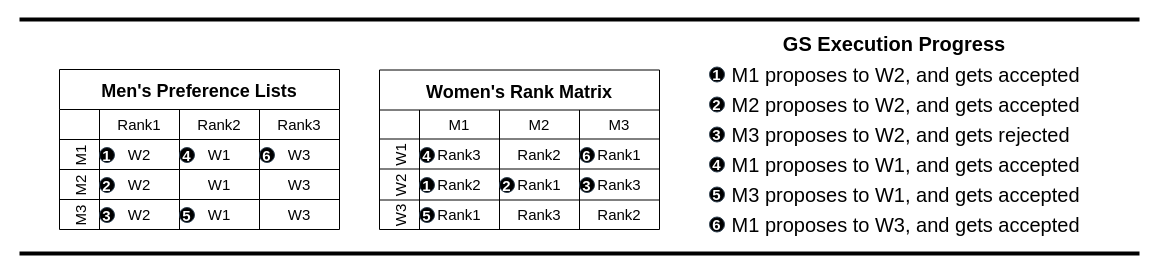
Before: GSExecution.drawio in victorliu-sq/BambooSMP-Figures, a draw.io diagram. Source tidied: cells renumbered, new cells numbered last; positions are measured from the earlier drawing's top-left corner, leaving out a move shared by most shapes. Both pictures are drawn from the tidied source at 100%, with x=0, y=0 at pixel (19, 19).
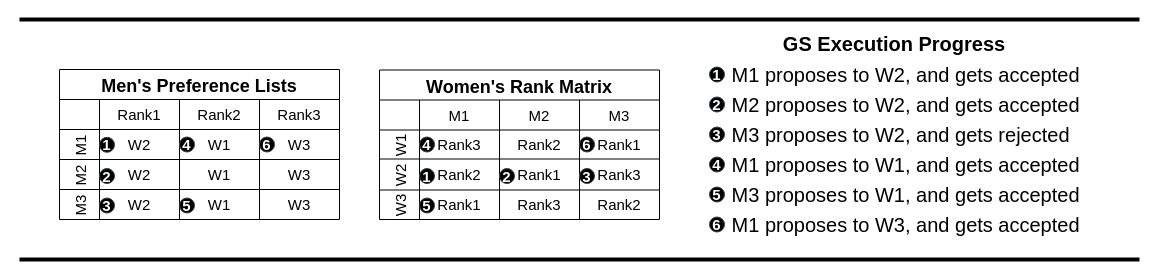
Above is the later version.

Change to the diagram source:
```diff
@@
-    <mxCell id="2" value="Men's Preference Lists" style="shape=table;startSize=40;childLayout=tableLayout;resizeLastRow=0;fontStyle=1;fontSize=18;" parent="1" vertex="1">
-      <mxGeometry x="40" y="50" width="280" height="160" as="geometry" />
+    <mxCell id="2" value="Men's Preference Lists" style="shape=table;startSize=30;childLayout=tableLayout;resizeLastRow=0;fontStyle=1;fontSize=18;" parent="1" vertex="1">
+      <mxGeometry x="40" y="50" width="280" height="150" as="geometry" />
     </mxCell>
     <mxCell id="3" style="shape=tableRow;horizontal=0;startSize=40;swimlaneHead=0;swimlaneBody=0;strokeColor=inherit;top=0;left=0;bottom=0;right=0;fillColor=none;fontSize=15;" parent="2" vertex="1">
-      <mxGeometry y="40" width="280" height="30" as="geometry" />
+      <mxGeometry y="30" width="280" height="30" as="geometry" />
     </mxCell>
@@
     <mxCell id="7" value="M1" style="shape=tableRow;horizontal=0;startSize=40;swimlaneHead=0;swimlaneBody=0;strokeColor=inherit;top=0;left=0;bottom=0;right=0;fillColor=none;fontSize=15;" parent="2" vertex="1">
-      <mxGeometry y="70" width="280" height="30" as="geometry" />
+      <mxGeometry y="60" width="280" height="30" as="geometry" />
     </mxCell>
@@
     <mxCell id="11" value="M2" style="shape=tableRow;horizontal=0;startSize=40;swimlaneHead=0;swimlaneBody=0;strokeColor=inherit;top=0;left=0;bottom=0;right=0;fillColor=none;fontSize=15;" parent="2" vertex="1">
-      <mxGeometry y="100" width="280" height="30" as="geometry" />
+      <mxGeometry y="90" width="280" height="30" as="geometry" />
     </mxCell>
@@
     <mxCell id="15" value="M3" style="shape=tableRow;horizontal=0;startSize=40;swimlaneHead=0;swimlaneBody=0;strokeColor=inherit;top=0;left=0;bottom=0;right=0;fillColor=none;fontSize=15;" parent="2" vertex="1">
-      <mxGeometry y="130" width="280" height="30" as="geometry" />
+      <mxGeometry y="120" width="280" height="30" as="geometry" />
     </mxCell>
@@
-    <mxCell id="19" value="Women's Rank Matrix" style="shape=table;startSize=40;childLayout=tableLayout;resizeLastRow=0;fontStyle=1;fontSize=18;" parent="1" vertex="1">
-      <mxGeometry x="360" y="50.5" width="280" height="159.5" as="geometry" />
+    <mxCell id="19" value="Women's Rank Matrix" style="shape=table;startSize=30;childLayout=tableLayout;resizeLastRow=0;fontStyle=1;fontSize=18;" parent="1" vertex="1">
+      <mxGeometry x="360" y="50.5" width="280" height="149.5" as="geometry" />
     </mxCell>
     <mxCell id="20" style="shape=tableRow;horizontal=0;startSize=40;swimlaneHead=0;swimlaneBody=0;strokeColor=inherit;top=0;left=0;bottom=0;right=0;fillColor=none;fontSize=15;" parent="19" vertex="1">
-      <mxGeometry y="40" width="280" height="29" as="geometry" />
+      <mxGeometry y="30" width="280" height="30" as="geometry" />
     </mxCell>
     <mxCell id="21" value="M1" style="shape=partialRectangle;html=1;whiteSpace=wrap;strokeColor=inherit;overflow=hidden;fillColor=none;top=0;left=0;bottom=0;right=0;fontSize=15;" parent="20" vertex="1">
-      <mxGeometry x="40" width="80" height="29" as="geometry" />
+      <mxGeometry x="40" width="80" height="30" as="geometry" />
     </mxCell>
     <mxCell id="22" value="M2" style="shape=partialRectangle;html=1;whiteSpace=wrap;strokeColor=inherit;overflow=hidden;fillColor=none;top=0;left=0;bottom=0;right=0;fontSize=15;" parent="20" vertex="1">
-      <mxGeometry x="120" width="80" height="29" as="geometry" />
+      <mxGeometry x="120" width="80" height="30" as="geometry" />
     </mxCell>
     <mxCell id="23" value="M3" style="shape=partialRectangle;html=1;whiteSpace=wrap;strokeColor=inherit;overflow=hidden;fillColor=none;top=0;left=0;bottom=0;right=0;strokeWidth=1;fontSize=15;" parent="20" vertex="1">
-      <mxGeometry x="200" width="80" height="29" as="geometry" />
+      <mxGeometry x="200" width="80" height="30" as="geometry" />
     </mxCell>
     <mxCell id="24" value="W1" style="shape=tableRow;horizontal=0;startSize=40;swimlaneHead=0;swimlaneBody=0;strokeColor=inherit;top=0;left=0;bottom=0;right=0;fillColor=none;fontSize=15;" parent="19" vertex="1">
-      <mxGeometry y="69" width="280" height="30" as="geometry" />
+      <mxGeometry y="60" width="280" height="29" as="geometry" />
     </mxCell>
     <mxCell id="25" value="Rank3" style="shape=partialRectangle;html=1;whiteSpace=wrap;strokeColor=inherit;overflow=hidden;fillColor=none;top=0;left=0;bottom=0;right=0;fontSize=15;" parent="24" vertex="1">
-      <mxGeometry x="40" width="80" height="30" as="geometry" />
+      <mxGeometry x="40" width="80" height="29" as="geometry" />
     </mxCell>
     <mxCell id="26" value="Rank2" style="shape=partialRectangle;html=1;whiteSpace=wrap;strokeColor=inherit;overflow=hidden;fillColor=none;top=0;left=0;bottom=0;right=0;fontSize=15;" parent="24" vertex="1">
-      <mxGeometry x="120" width="80" height="30" as="geometry" />
+      <mxGeometry x="120" width="80" height="29" as="geometry" />
     </mxCell>
     <mxCell id="27" value="Rank1" style="shape=partialRectangle;html=1;whiteSpace=wrap;strokeColor=inherit;overflow=hidden;fillColor=none;top=0;left=0;bottom=0;right=0;fontSize=15;" parent="24" vertex="1">
-      <mxGeometry x="200" width="80" height="30" as="geometry" />
+      <mxGeometry x="200" width="80" height="29" as="geometry" />
     </mxCell>
     <mxCell id="28" value="W2" style="shape=tableRow;horizontal=0;startSize=40;swimlaneHead=0;swimlaneBody=0;strokeColor=inherit;top=0;left=0;bottom=0;right=0;fillColor=none;fontSize=15;" parent="19" vertex="1">
-      <mxGeometry y="99" width="280" height="31" as="geometry" />
+      <mxGeometry y="89" width="280" height="31" as="geometry" />
     </mxCell>
@@
     <mxCell id="32" value="W3" style="shape=tableRow;horizontal=0;startSize=40;swimlaneHead=0;swimlaneBody=0;strokeColor=inherit;top=0;left=0;bottom=0;right=0;fillColor=none;fontSize=15;" parent="19" vertex="1">
-      <mxGeometry y="130" width="280" height="29" as="geometry" />
+      <mxGeometry y="120" width="280" height="29" as="geometry" />
     </mxCell>
@@
     <mxCell id="49" value="1" style="ellipse;whiteSpace=wrap;html=1;strokeColor=#314354;align=center;verticalAlign=middle;fontFamily=Helvetica;fontSize=15;fillColor=#000000;fontColor=#ffffff;fontStyle=1;" parent="1" vertex="1">
-      <mxGeometry x="80" y="128" width="15" height="15" as="geometry" />
+      <mxGeometry x="80" y="117.8" width="15" height="15" as="geometry" />
     </mxCell>
     <mxCell id="50" value="2" style="ellipse;whiteSpace=wrap;html=1;strokeColor=#314354;align=center;verticalAlign=middle;fontFamily=Helvetica;fontSize=15;fillColor=#000000;fontColor=#ffffff;fontStyle=1;" parent="1" vertex="1">
-      <mxGeometry x="80" y="158" width="15" height="15" as="geometry" />
+      <mxGeometry x="80" y="149" width="15" height="15" as="geometry" />
     </mxCell>
     <mxCell id="51" value="3" style="ellipse;whiteSpace=wrap;html=1;strokeColor=#314354;align=center;verticalAlign=middle;fontFamily=Helvetica;fontSize=15;fillColor=#000000;fontColor=#ffffff;fontStyle=1;" parent="1" vertex="1">
-      <mxGeometry x="80" y="188" width="15" height="15" as="geometry" />
+      <mxGeometry x="80" y="178.5" width="15" height="15" as="geometry" />
     </mxCell>
     <mxCell id="52" value="4" style="ellipse;whiteSpace=wrap;html=1;strokeColor=#314354;align=center;verticalAlign=middle;fontFamily=Helvetica;fontSize=15;fillColor=#000000;fontColor=#ffffff;fontStyle=1;" parent="1" vertex="1">
-      <mxGeometry x="160" y="128" width="15" height="15" as="geometry" />
+      <mxGeometry x="160" y="117.5" width="15" height="15" as="geometry" />
     </mxCell>
     <mxCell id="53" value="5" style="ellipse;whiteSpace=wrap;html=1;strokeColor=#314354;align=center;verticalAlign=middle;fontFamily=Helvetica;fontSize=15;fillColor=#000000;fontColor=#ffffff;fontStyle=1;" parent="1" vertex="1">
-      <mxGeometry x="160" y="188" width="15" height="15" as="geometry" />
+      <mxGeometry x="160" y="178.5" width="15" height="15" as="geometry" />
     </mxCell>
     <mxCell id="54" value="6" style="ellipse;whiteSpace=wrap;html=1;strokeColor=#314354;align=center;verticalAlign=middle;fontFamily=Helvetica;fontSize=15;fillColor=#000000;fontColor=#ffffff;fontStyle=1;" parent="1" vertex="1">
-      <mxGeometry x="240" y="128" width="15" height="15" as="geometry" />
+      <mxGeometry x="240" y="117.5" width="15" height="15" as="geometry" />
     </mxCell>
     <mxCell id="55" value="1" style="ellipse;whiteSpace=wrap;html=1;strokeColor=#314354;align=center;verticalAlign=middle;fontFamily=Helvetica;fontSize=15;fillColor=#000000;fontColor=#ffffff;fontStyle=1;" parent="1" vertex="1">
-      <mxGeometry x="400" y="158" width="15" height="15" as="geometry" />
+      <mxGeometry x="400" y="149" width="15" height="15" as="geometry" />
     </mxCell>
     <mxCell id="56" value="2" style="ellipse;whiteSpace=wrap;html=1;strokeColor=#314354;align=center;verticalAlign=middle;fontFamily=Helvetica;fontSize=15;fillColor=#000000;fontColor=#ffffff;fontStyle=1;" parent="1" vertex="1">
-      <mxGeometry x="480" y="158" width="15" height="15" as="geometry" />
+      <mxGeometry x="480" y="149" width="15" height="15" as="geometry" />
     </mxCell>
     <mxCell id="57" value="3" style="ellipse;whiteSpace=wrap;html=1;strokeColor=#314354;align=center;verticalAlign=middle;fontFamily=Helvetica;fontSize=15;fillColor=#000000;fontColor=#ffffff;fontStyle=1;spacing=0;" parent="1" vertex="1">
-      <mxGeometry x="560" y="158" width="15" height="15" as="geometry" />
+      <mxGeometry x="560" y="149" width="15" height="15" as="geometry" />
     </mxCell>
     <mxCell id="58" value="6" style="ellipse;whiteSpace=wrap;html=1;strokeColor=#314354;align=center;verticalAlign=middle;fontFamily=Helvetica;fontSize=15;fillColor=#000000;fontColor=#ffffff;fontStyle=1;" parent="1" vertex="1">
-      <mxGeometry x="560" y="128" width="15" height="15" as="geometry" />
+      <mxGeometry x="560" y="117.5" width="15" height="15" as="geometry" />
     </mxCell>
     <mxCell id="59" value="5" style="ellipse;whiteSpace=wrap;html=1;strokeColor=#314354;align=center;verticalAlign=middle;fontFamily=Helvetica;fontSize=15;fillColor=#000000;fontColor=#ffffff;fontStyle=1;" parent="1" vertex="1">
-      <mxGeometry x="400" y="188" width="15" height="15" as="geometry" />
+      <mxGeometry x="400" y="178.5" width="15" height="15" as="geometry" />
     </mxCell>
     <mxCell id="60" value="4" style="ellipse;whiteSpace=wrap;html=1;strokeColor=#314354;align=center;verticalAlign=middle;fontFamily=Helvetica;fontSize=15;fillColor=#000000;fontColor=#ffffff;fontStyle=1;" parent="1" vertex="1">
-      <mxGeometry x="400" y="128" width="15" height="15" as="geometry" />
+      <mxGeometry x="400" y="117.5" width="15" height="15" as="geometry" />
     </mxCell>
@@
     <mxCell id="62" style="endArrow=none;html=1;rounded=0;strokeWidth=4;" parent="1" edge="1">
       <mxGeometry relative="1" as="geometry">
-        <mxPoint y="234" as="sourcePoint" />
-        <mxPoint x="1120" y="234" as="targetPoint" />
+        <mxPoint y="240" as="sourcePoint" />
+        <mxPoint x="1120" y="240" as="targetPoint" />
       </mxGeometry>
     </mxCell>
```
